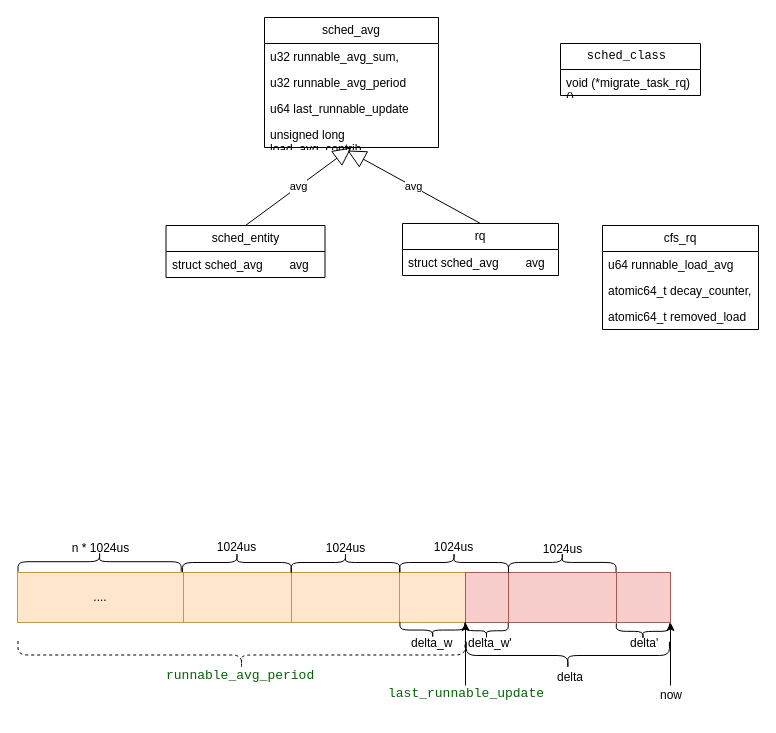
The draw.io diagram pelt.drawio in jasonactions/graph, before the edit. Source tidied: cells renumbered, new cells numbered last; positions are measured from the earlier drawing's top-left corner, leaving out a move shared by most shapes. Both pictures are drawn from the tidied source at 100%, with x=0, y=0 at pixel (17, 17).
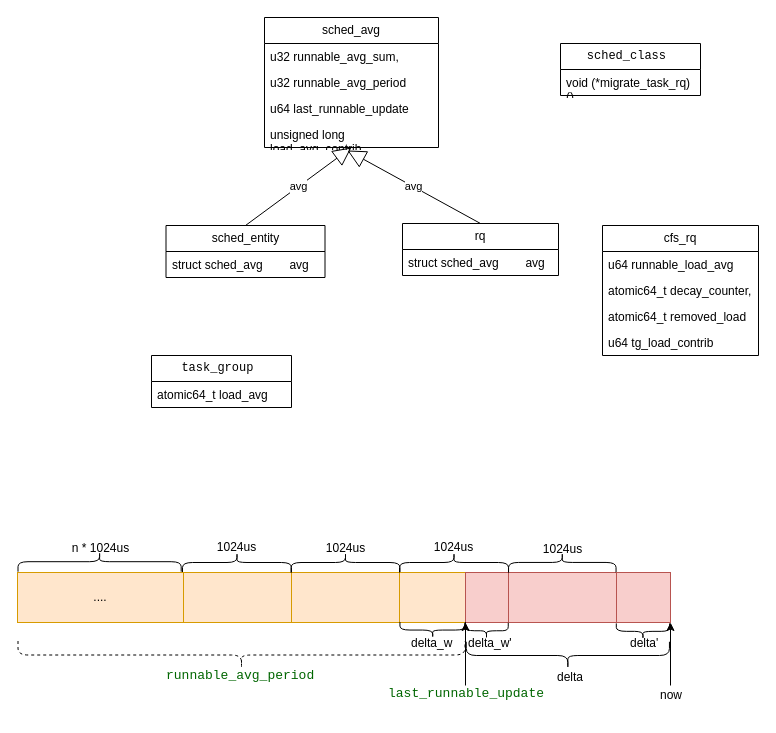
The same page after the edit.

Change to the diagram source:
```diff
@@
     <mxCell id="15" value="cfs_rq" style="swimlane;fontStyle=0;horizontal=1;startSize=26;fillColor=none;whiteSpace=wrap;html=1;" parent="1" vertex="1">
-      <mxGeometry x="585" y="208" width="156" height="104" as="geometry" />
+      <mxGeometry x="585" y="208" width="156" height="130" as="geometry" />
     </mxCell>
@@
+    <mxCell id="50" value="u64 tg_load_contrib" style="text;strokeColor=none;fillColor=none;align=left;verticalAlign=top;spacingLeft=4;spacingRight=4;overflow=hidden;whiteSpace=wrap;html=1;" parent="15" vertex="1">
+      <mxGeometry y="104" width="156" height="26" as="geometry" />
+    </mxCell>
@@
+    <mxCell id="51" value="&lt;pre id=&quot;b&quot;&gt;&lt;span class=&quot;hunk&quot;&gt;task_group &lt;/span&gt;&lt;/pre&gt;" style="swimlane;fontStyle=0;horizontal=1;startSize=26;fillColor=none;whiteSpace=wrap;html=1;" parent="1" vertex="1">
+      <mxGeometry x="134" y="338" width="140" height="52" as="geometry" />
+    </mxCell>
+    <mxCell id="52" value="atomic64_t load_avg" style="text;strokeColor=none;fillColor=none;align=left;verticalAlign=top;spacingLeft=4;spacingRight=4;overflow=hidden;whiteSpace=wrap;html=1;" parent="51" vertex="1">
+      <mxGeometry y="26" width="140" height="26" as="geometry" />
+    </mxCell>
```
